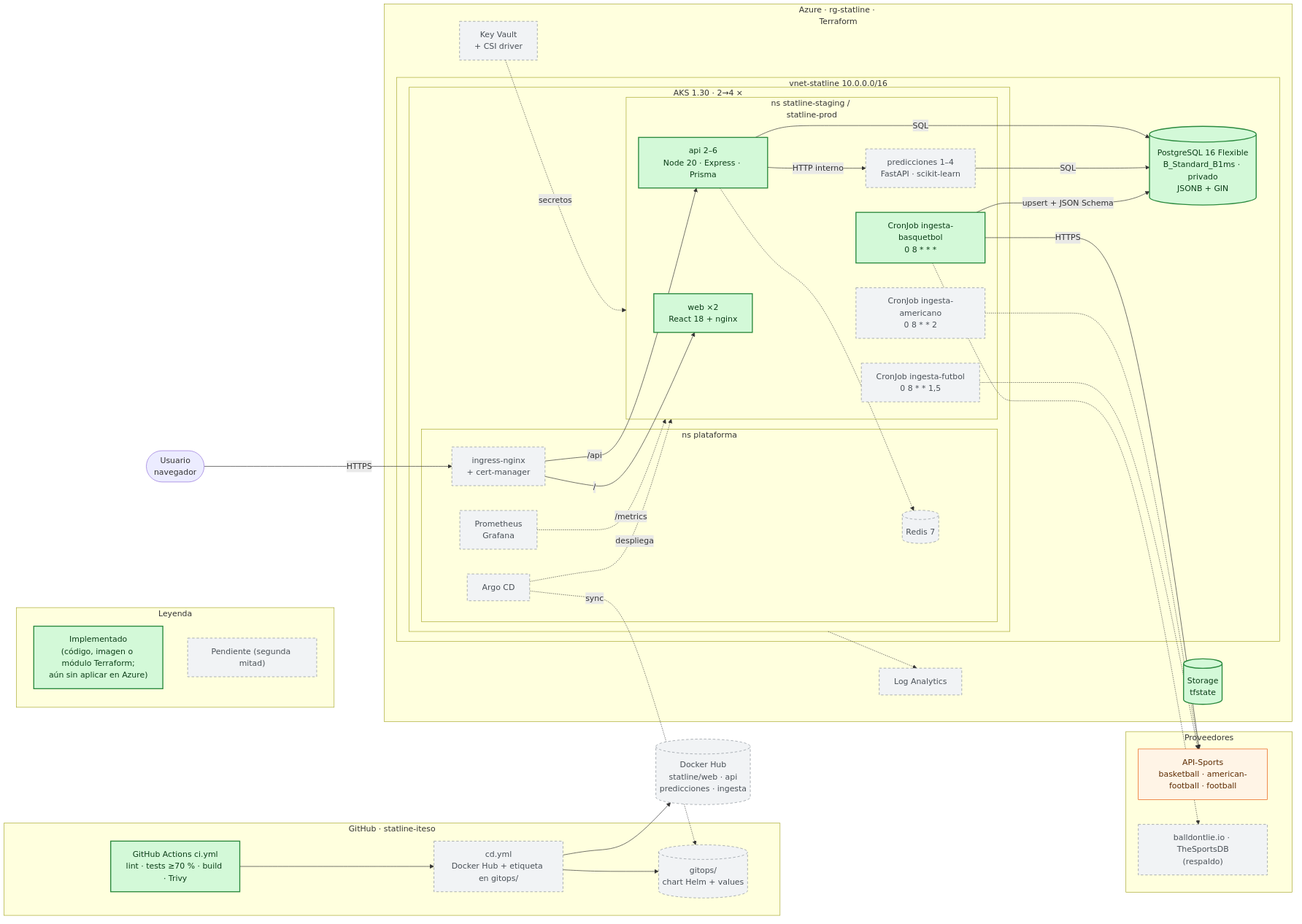
Before: docs/solucion.png, a diagram exported from Mermaid (statline-iteso/statline-infra). Its source is kept beside it as docs/solucion.mmd.
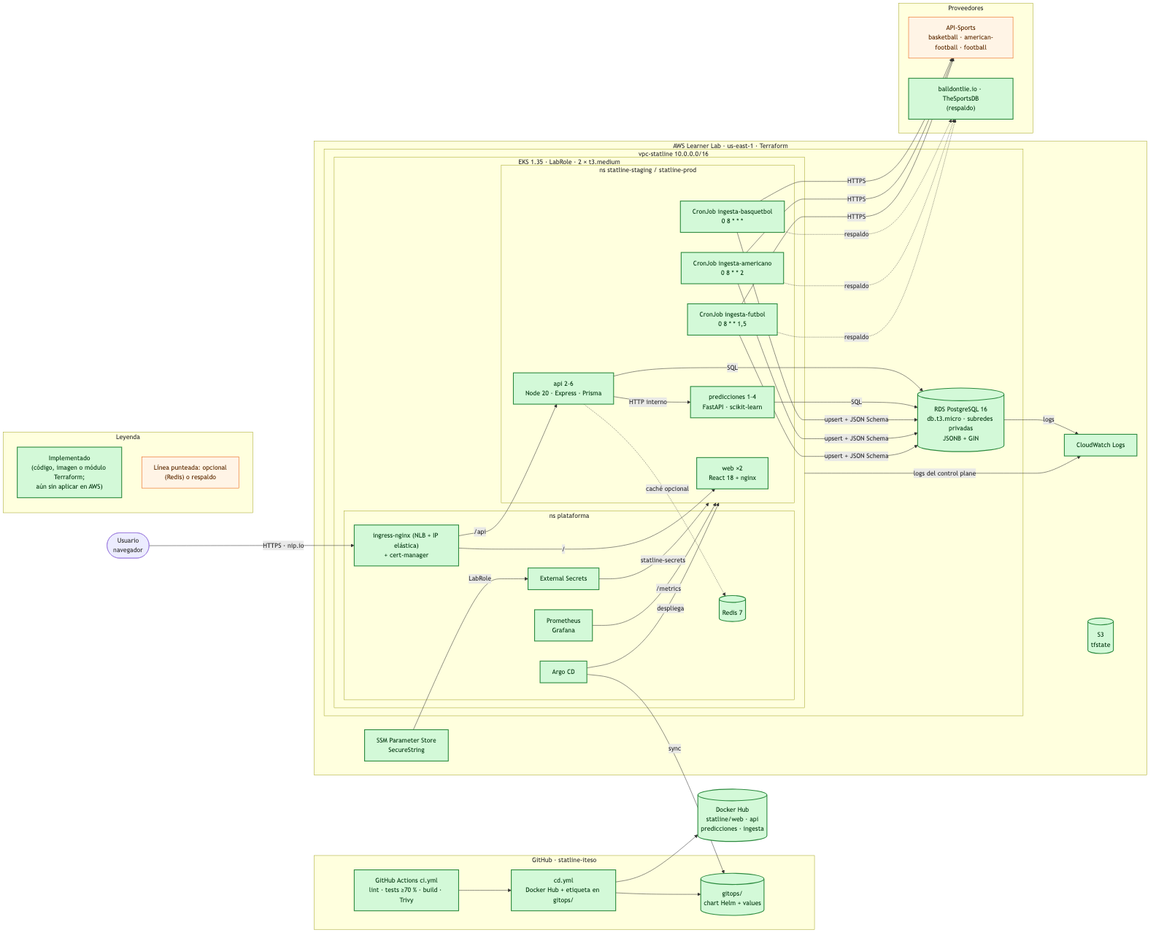
Later version of the same file.

What changed in the source:
```diff
@@ -1,12 +1,11 @@
 flowchart LR
     classDef done fill:#d3f9d8,stroke:#2b8a3e,stroke-width:2px,color:#0b3d17
-    classDef planned fill:#f1f3f5,stroke:#868e96,stroke-width:1px,stroke-dasharray:5 4,color:#495057
     classDef ext fill:#fff4e6,stroke:#e8590c,color:#5c2a00
 
     subgraph LEG["Leyenda"]
         direction TB
-        L1["Implementado<br/>(código, imagen o módulo Terraform;<br/>aún sin aplicar en Azure)"]:::done
-        L2["Pendiente (segunda mitad)"]:::planned
+        L1["Implementado<br/>(código, imagen o módulo Terraform;<br/>aún sin aplicar en AWS)"]:::done
+        L2["Línea punteada: opcional<br/>(Redis) o respaldo"]:::ext
     end
 
     USR(["Usuario<br/>navegador"])
@@ -14,62 +13,69 @@
     subgraph GH["GitHub · statline-iteso"]
         direction TB
         CI["GitHub Actions ci.yml<br/>lint · tests ≥70 % · build · Trivy"]:::done
-        CD["cd.yml<br/>Docker Hub + etiqueta en gitops/"]:::planned
-        GITOPS[("gitops/<br/>chart Helm + values")]:::planned
+        CD["cd.yml<br/>Docker Hub + etiqueta en gitops/"]:::done
+        GITOPS[("gitops/<br/>chart Helm + values")]:::done
     end
 
-    HUB[("Docker Hub<br/>statline/web · api<br/>predicciones · ingesta")]:::planned
+    HUB[("Docker Hub<br/>statline/web · api<br/>predicciones · ingesta")]:::done
 
-    subgraph AZ["Azure · rg-statline · Terraform"]
+    subgraph AWS["AWS Learner Lab · us-east-1 · Terraform"]
         direction TB
-        subgraph NET["vnet-statline 10.0.0.0/16"]
+        subgraph NET["vpc-statline 10.0.0.0/16"]
             direction TB
-            subgraph AKS["AKS 1.30 · 2→4 × Standard_B2s"]
+            subgraph EKS["EKS 1.35 · LabRole · 2 × t3.medium"]
                 direction TB
                 subgraph PLAT["ns plataforma"]
-                    ING["ingress-nginx<br/>+ cert-manager"]:::planned
-                    ARGO["Argo CD"]:::planned
-                    PROM["Prometheus<br/>Grafana"]:::planned
-                    REDIS[("Redis 7")]:::planned
+                    ING["ingress-nginx (NLB + IP elástica)<br/>+ cert-manager"]:::done
+                    ARGO["Argo CD"]:::done
+                    PROM["Prometheus<br/>Grafana"]:::done
+                    REDIS[("Redis 7")]:::done
+                    ESO["External Secrets"]:::done
                 end
                 subgraph APP["ns statline-staging / statline-prod"]
                     WEB["web ×2<br/>React 18 + nginx"]:::done
                     API["api 2–6<br/>Node 20 · Express · Prisma"]:::done
-                    PRED["predicciones 1–4<br/>FastAPI · scikit-learn"]:::planned
+                    PRED["predicciones 1–4<br/>FastAPI · scikit-learn"]:::done
                     CJB["CronJob ingesta-basquetbol<br/>0 8 * * *"]:::done
-                    CJA["CronJob ingesta-americano<br/>0 8 * * 2"]:::planned
-                    CJF["CronJob ingesta-futbol<br/>0 8 * * 1,5"]:::planned
+                    CJA["CronJob ingesta-americano<br/>0 8 * * 2"]:::done
+                    CJF["CronJob ingesta-futbol<br/>0 8 * * 1,5"]:::done
                 end
             end
-            PG[("PostgreSQL 16 Flexible<br/>B_Standard_B1ms · privado<br/>JSONB + GIN")]:::done
+            PG[("RDS PostgreSQL 16<br/>db.t3.micro · subredes privadas<br/>JSONB + GIN")]:::done
         end
-        KV["Key Vault<br/>+ CSI driver"]:::planned
-        LA["Log Analytics"]:::planned
-        ST[("Storage<br/>tfstate")]:::done
+        KV["SSM Parameter Store<br/>SecureString"]:::done
+        LA["CloudWatch Logs"]:::done
+        ST[("S3<br/>tfstate")]:::done
     end
 
     subgraph EXT["Proveedores"]
         direction TB
         APIS["API-Sports<br/>basketball · american-football · football"]:::ext
-        BDL["balldontlie.io · TheSportsDB<br/>(respaldo)"]:::planned
+        BDL["balldontlie.io · TheSportsDB<br/>(respaldo)"]:::done
     end
 
-    USR -->|HTTPS| ING
+    USR -->|"HTTPS · nip.io"| ING
     ING -->|/| WEB
     ING -->|/api| API
     API -->|SQL| PG
     API -->|HTTP interno| PRED
-    API -.-> REDIS
+    API -.->|caché opcional| REDIS
     PRED -->|SQL| PG
     CJB -->|HTTPS| APIS
     CJB -->|upsert + JSON Schema| PG
-    CJA -.-> APIS
-    CJF -.-> APIS
-    CJB -.-> BDL
-    KV -.->|secretos| APP
-    PROM -.->|/metrics| APP
+    CJA -->|HTTPS| APIS
+    CJF -->|HTTPS| APIS
+    CJB -.->|respaldo| BDL
+    CJA -.->|respaldo| BDL
+    CJF -.->|respaldo| BDL
+    CJA -->|upsert + JSON Schema| PG
+    CJF -->|upsert + JSON Schema| PG
+    KV -->|LabRole| ESO
+    ESO -->|statline-secrets| APP
+    PROM -->|/metrics| APP
     CI --> CD --> HUB
     CD --> GITOPS
-    ARGO -.->|sync| GITOPS
-    ARGO -.->|despliega| APP
-    AKS -.-> LA
+    ARGO -->|sync| GITOPS
+    ARGO -->|despliega| APP
+    EKS -->|logs del control plane| LA
+    PG -->|logs| LA
```
